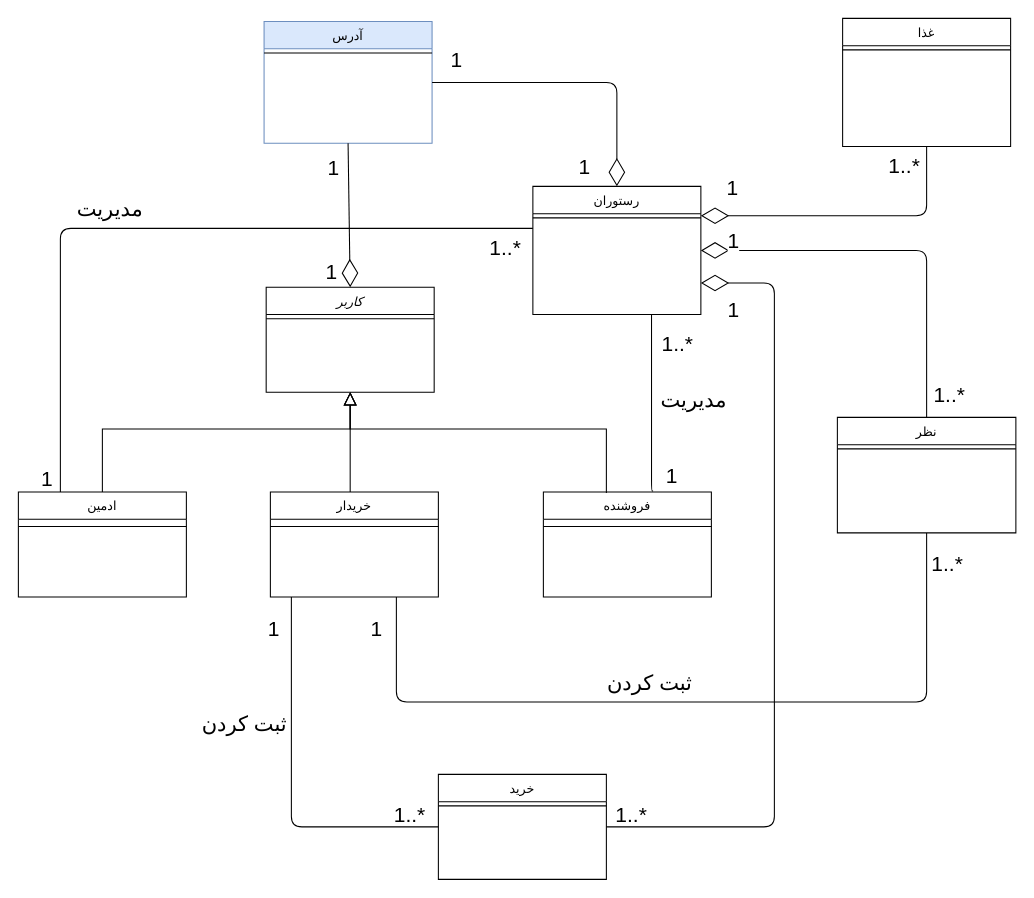
khoramian/TahDig_SoftwareEngineering keeps this draw.io diagram as Structural Modeling/Class Diagram/class (diagram).drawio. Above is the earlier version. Source tidied: cells renumbered, new cells numbered last; positions are measured from the earlier drawing's top-left corner, leaving out a move shared by most shapes. Both pictures are drawn from the tidied source at 105%, with x=0, y=0 at pixel (18, 18).
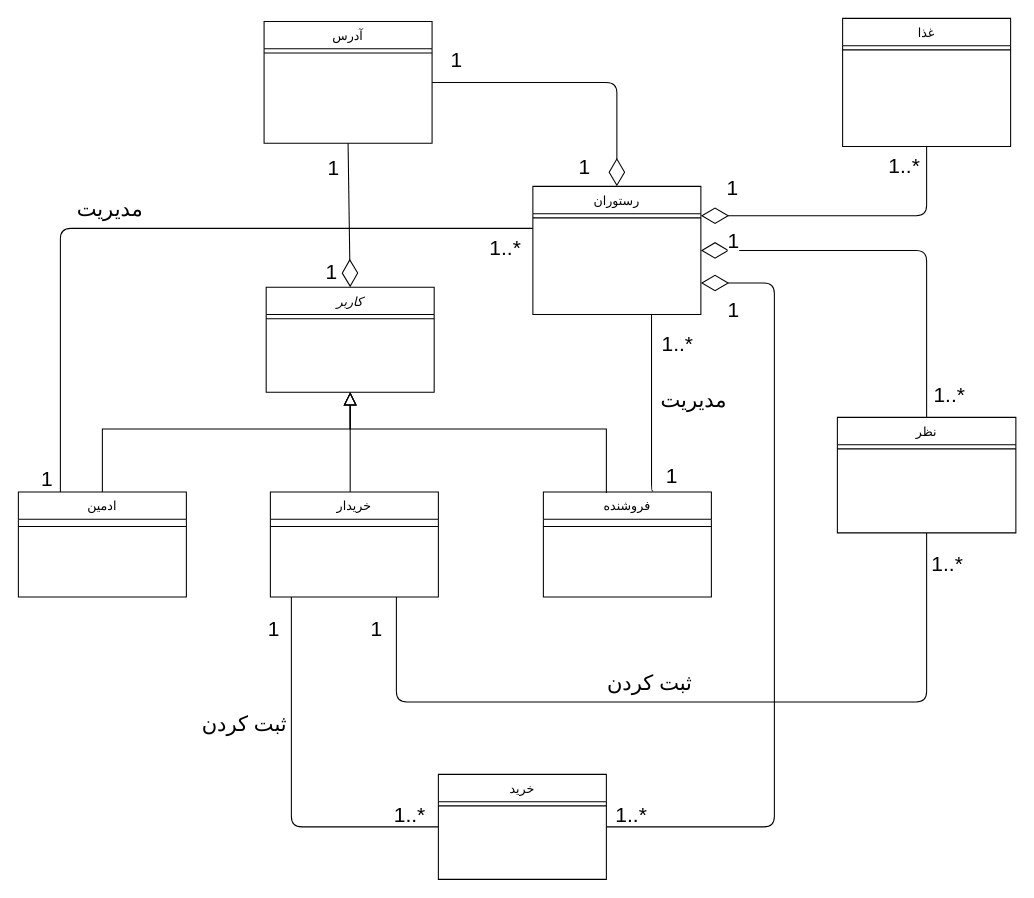
Above is the later version.

What changed in the source:
```diff
@@
-    <mxCell id="12" value="آدرس" style="swimlane;fontStyle=0;align=center;verticalAlign=top;horizontal=1;startSize=26;rounded=0;shadow=0;strokeWidth=1;fillColor=#dae8fc;strokeColor=#6c8ebf;" parent="1" vertex="1">
+    <mxCell id="12" value="آدرس" style="swimlane;fontStyle=0;align=center;verticalAlign=top;horizontal=1;startSize=26;rounded=0;shadow=0;strokeWidth=1;fillColor=#FFFFFF;" parent="1" vertex="1">
       <mxGeometry x="234" y="3" width="160" height="116" as="geometry" />
     </mxCell>
```
